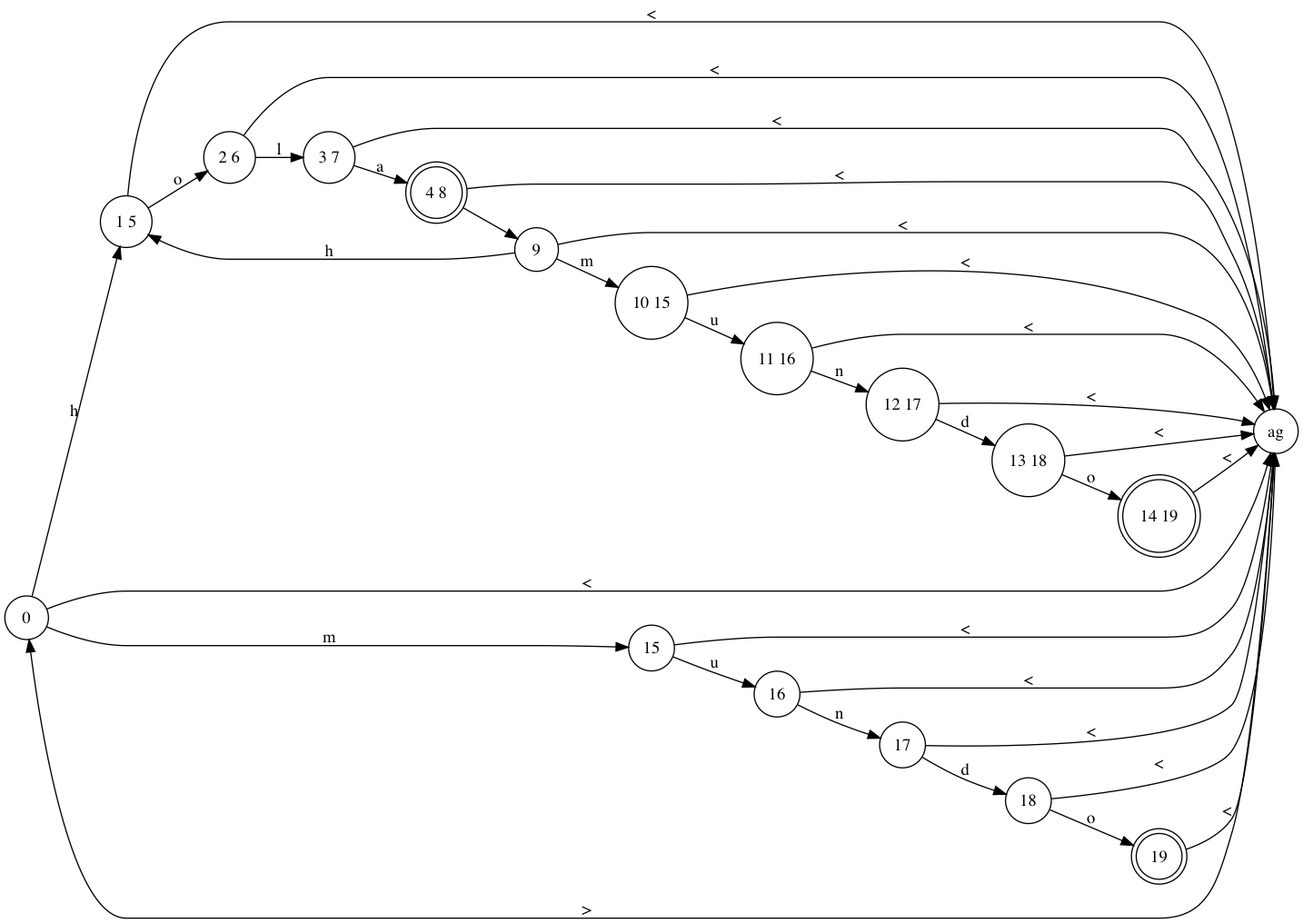
Above: determinante.png in GdeAchaval/automaton (Graphviz), before the change. Its source is kept beside it as determinante.dot.
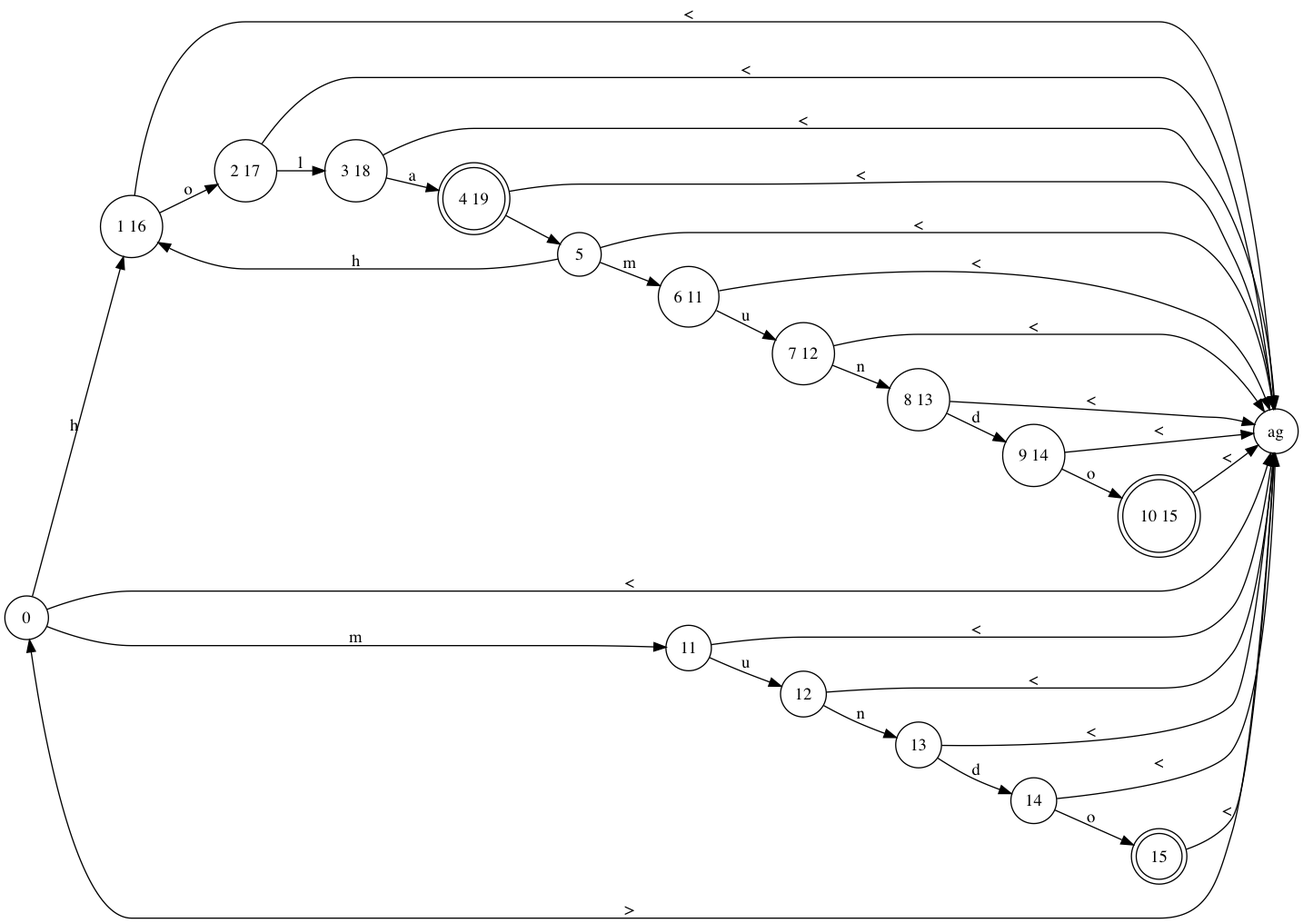
The same file after the commit.

Diff of the diagram source:
```diff
@@ -1,54 +1,54 @@
 digraph {
 rankdir = "LR";
 node [shape=circle] Node_0[label="0"];
-node [shape=circle] Node_1_5[label="1 5"];
+node [shape=circle] Node_1_16[label="1 16"];
 node [shape=circle] Nodetag[label="ag"];
-node [shape=circle] Node_15[label="15"];
-node [shape=circle] Node_2_6[label="2 6"];
-node [shape=circle] Node_16[label="16"];
-node [shape=circle] Node_3_7[label="3 7"];
-node [shape=circle] Node_17[label="17"];
-node [shape=doublecircle] Node_4_8[label="4 8"];
-node [shape=circle] Node_18[label="18"];
-node [shape=circle] Node_9[label="9"];
-node [shape=doublecircle] Node_19[label="19"];
-node [shape=circle] Node_10_15[label="10 15"];
-node [shape=circle] Node_11_16[label="11 16"];
-node [shape=circle] Node_12_17[label="12 17"];
-node [shape=circle] Node_13_18[label="13 18"];
-node [shape=doublecircle] Node_14_19[label="14 19"];
+node [shape=circle] Node_11[label="11"];
+node [shape=circle] Node_2_17[label="2 17"];
+node [shape=circle] Node_12[label="12"];
+node [shape=circle] Node_3_18[label="3 18"];
+node [shape=circle] Node_13[label="13"];
+node [shape=doublecircle] Node_4_19[label="4 19"];
+node [shape=circle] Node_14[label="14"];
+node [shape=circle] Node_5[label="5"];
+node [shape=doublecircle] Node_15[label="15"];
+node [shape=circle] Node_6_11[label="6 11"];
+node [shape=circle] Node_7_12[label="7 12"];
+node [shape=circle] Node_8_13[label="8 13"];
+node [shape=circle] Node_9_14[label="9 14"];
+node [shape=doublecircle] Node_10_15[label="10 15"];
 
-Node_0 -> Node_1_5 [label="h"];
+Node_0 -> Node_1_16 [label="h"];
 Node_0 -> Nodetag [label="<"];
-Node_0 -> Node_15 [label="m"];
-Node_1_5 -> Nodetag [label="<"];
-Node_1_5 -> Node_2_6 [label="o"];
+Node_0 -> Node_11 [label="m"];
+Node_1_16 -> Nodetag [label="<"];
+Node_1_16 -> Node_2_17 [label="o"];
 Nodetag -> Node_0 [label=">"];
-Node_15 -> Node_16 [label="u"];
+Node_11 -> Node_12 [label="u"];
+Node_11 -> Nodetag [label="<"];
+Node_2_17 -> Nodetag [label="<"];
+Node_2_17 -> Node_3_18 [label="l"];
+Node_12 -> Nodetag [label="<"];
+Node_12 -> Node_13 [label="n"];
+Node_3_18 -> Node_4_19 [label="a"];
+Node_3_18 -> Nodetag [label="<"];
+Node_13 -> Node_14 [label="d"];
+Node_13 -> Nodetag [label="<"];
+Node_4_19 -> Node_5 [label=" "];
+Node_4_19 -> Nodetag [label="<"];
+Node_14 -> Nodetag [label="<"];
+Node_14 -> Node_15 [label="o"];
+Node_5 -> Node_1_16 [label="h"];
+Node_5 -> Nodetag [label="<"];
+Node_5 -> Node_6_11 [label="m"];
 Node_15 -> Nodetag [label="<"];
-Node_2_6 -> Nodetag [label="<"];
-Node_2_6 -> Node_3_7 [label="l"];
-Node_16 -> Nodetag [label="<"];
-Node_16 -> Node_17 [label="n"];
-Node_3_7 -> Node_4_8 [label="a"];
-Node_3_7 -> Nodetag [label="<"];
-Node_17 -> Node_18 [label="d"];
-Node_17 -> Nodetag [label="<"];
-Node_4_8 -> Node_9 [label=" "];
-Node_4_8 -> Nodetag [label="<"];
-Node_18 -> Nodetag [label="<"];
-Node_18 -> Node_19 [label="o"];
-Node_9 -> Node_1_5 [label="h"];
-Node_9 -> Nodetag [label="<"];
-Node_9 -> Node_10_15 [label="m"];
-Node_19 -> Nodetag [label="<"];
-Node_10_15 -> Node_11_16 [label="u"];
+Node_6_11 -> Node_7_12 [label="u"];
+Node_6_11 -> Nodetag [label="<"];
+Node_7_12 -> Nodetag [label="<"];
+Node_7_12 -> Node_8_13 [label="n"];
+Node_8_13 -> Node_9_14 [label="d"];
+Node_8_13 -> Nodetag [label="<"];
+Node_9_14 -> Nodetag [label="<"];
+Node_9_14 -> Node_10_15 [label="o"];
 Node_10_15 -> Nodetag [label="<"];
-Node_11_16 -> Nodetag [label="<"];
-Node_11_16 -> Node_12_17 [label="n"];
-Node_12_17 -> Node_13_18 [label="d"];
-Node_12_17 -> Nodetag [label="<"];
-Node_13_18 -> Nodetag [label="<"];
-Node_13_18 -> Node_14_19 [label="o"];
-Node_14_19 -> Nodetag [label="<"];
 }
```
